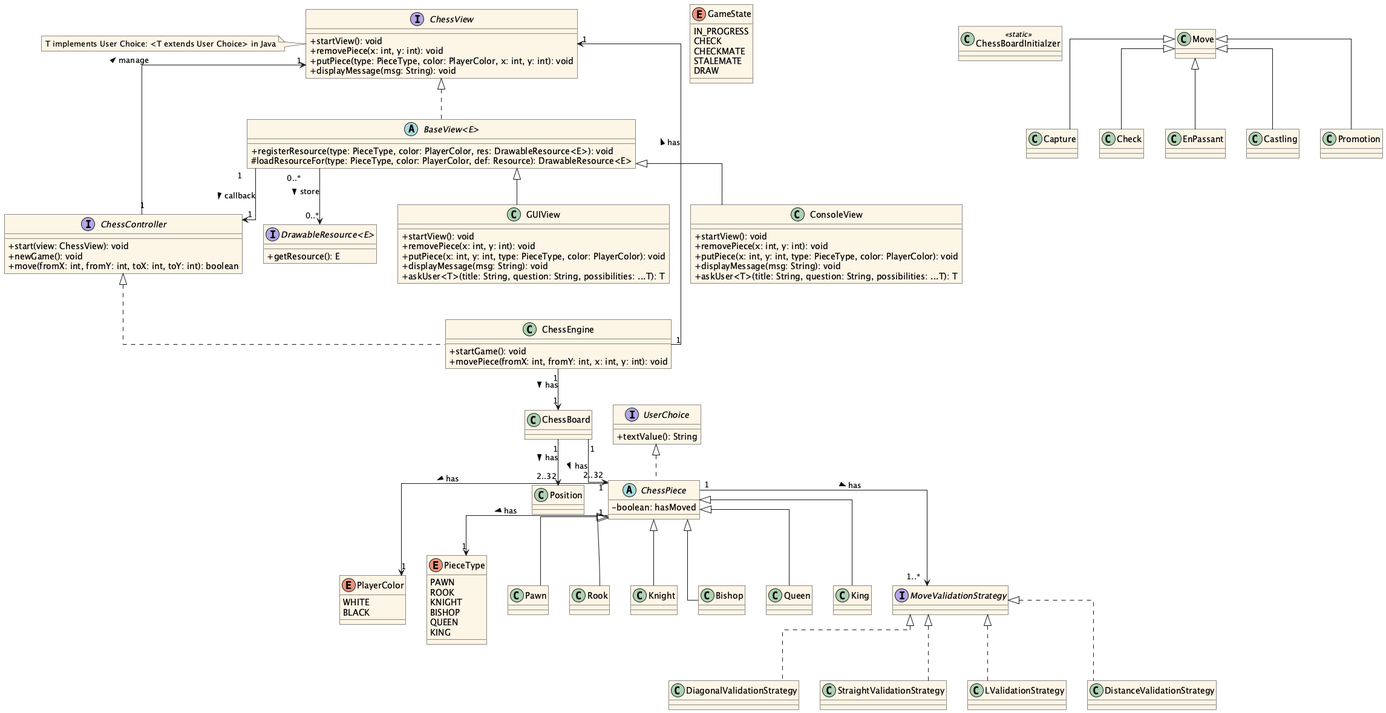
The PlantUML diagram docs/uml.png in HEIG-VD-BA3-POO/labo08, before a commit.
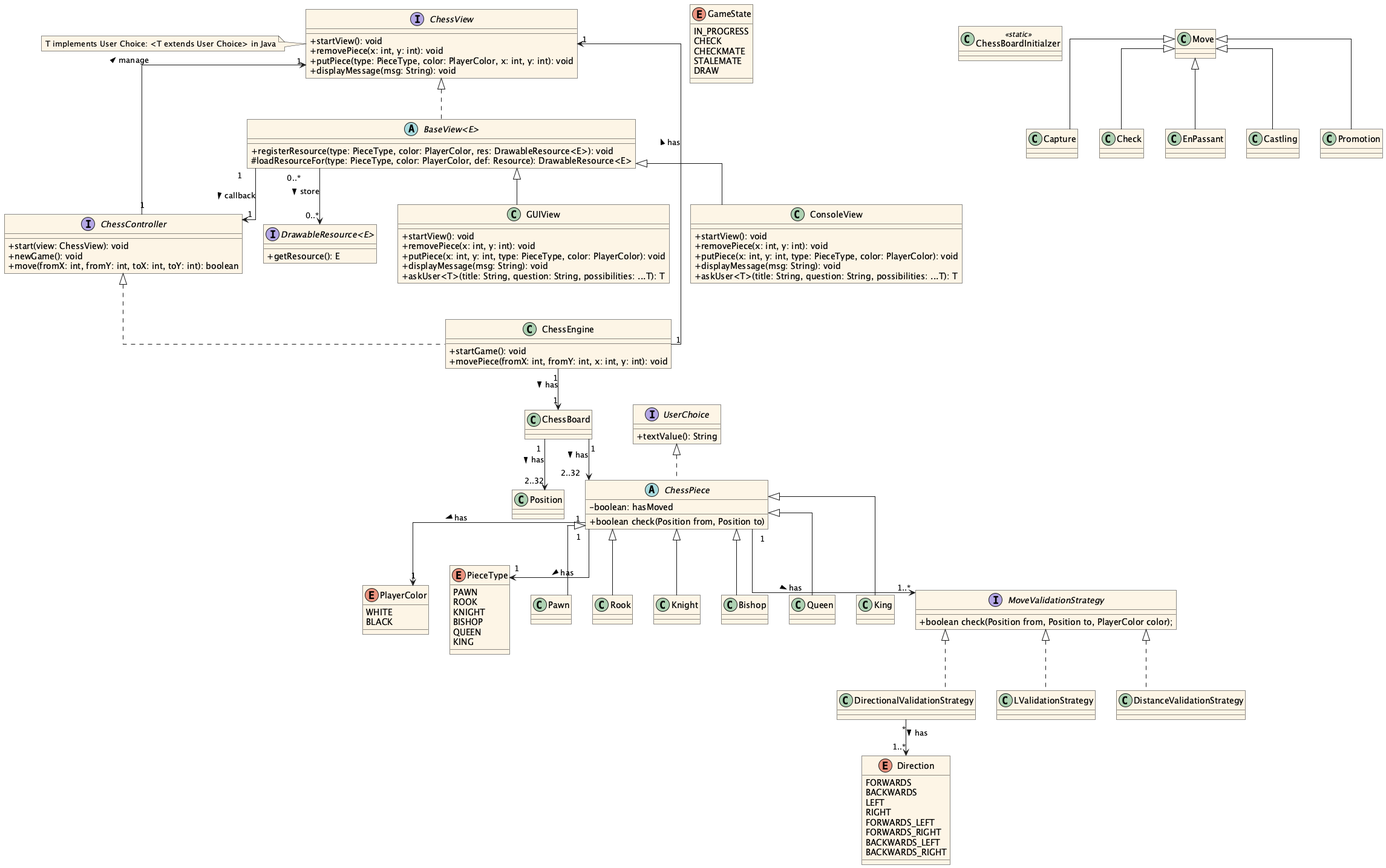
The same diagram one commit later.

Diff of the diagram source:
```diff
@@ -88,6 +88,7 @@
 
 abstract class ChessPiece implements UserChoice {
     - boolean: hasMoved
+    + boolean check(Position from, Position to)
 }
 class Pawn extends ChessPiece {}
 class Rook extends ChessPiece {}
@@ -97,11 +98,23 @@
 class King extends ChessPiece {}
 
 
-interface MoveValidationStrategy {}
-class DiagonalValidationStrategy implements MoveValidationStrategy {}
-class StraightValidationStrategy implements MoveValidationStrategy {}
+interface MoveValidationStrategy {
+    + boolean check(Position from, Position to, PlayerColor color);
+}
+class DirectionalValidationStrategy implements MoveValidationStrategy {}
 class LValidationStrategy implements MoveValidationStrategy {}
 class DistanceValidationStrategy implements MoveValidationStrategy {}
+
+enum Direction {
+    FORWARDS
+    BACKWARDS
+    LEFT
+    RIGHT
+    FORWARDS_LEFT
+    FORWARDS_RIGHT
+    BACKWARDS_LEFT
+    BACKWARDS_RIGHT
+}
 
 class Move {}
 
@@ -123,4 +136,6 @@
 ChessBoard "1" --> "2..32" ChessPiece : has >
 ChessBoard "1" --> "2..32" Position : has >
 
+DirectionalValidationStrategy "*" --> "1..*" Direction : has >
+
 @enduml
```
